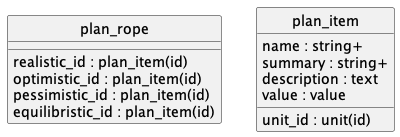
contactopensource/contactopensource keeps this PlantUML diagram as doc/concepts/plan_rope/uml.png. Above is the earlier version. Its diagram source:
```plantuml
@startuml uml
skinparam monochrome true
skinparam linetype ortho
hide circle

entity plan_rope {
  realistic_id : plan_item(id)
  optimistic_id : plan_item(id)
  pessimistic_id : plan_item(id)
  equilibristic_id : plan_item(id)
}

entity plan_item {
  name : string+
  summary : string+
  description : text
  unit_id : unit(id)
  value : value
}

@enduml
```
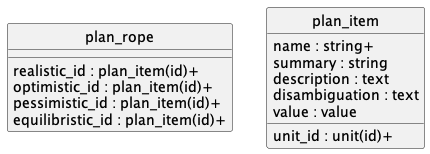
Above is the later version.

Diff of the diagram source:
```diff
@@ -4,17 +4,18 @@
 hide circle
 
 entity plan_rope {
-  realistic_id : plan_item(id)
-  optimistic_id : plan_item(id)
-  pessimistic_id : plan_item(id)
-  equilibristic_id : plan_item(id)
+  realistic_id : plan_item(id)+
+  optimistic_id : plan_item(id)+
+  pessimistic_id : plan_item(id)+
+  equilibristic_id : plan_item(id)+
 }
 
 entity plan_item {
   name : string+
-  summary : string+
+  summary : string
   description : text
-  unit_id : unit(id)
+  disambiguation : text
+  unit_id : unit(id)+
   value : value
 }
 
```
